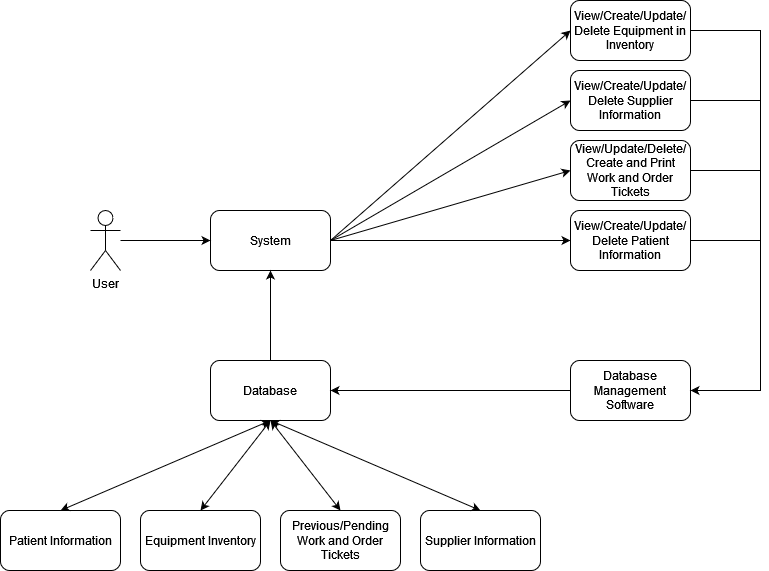
Earlier version of the draw.io export DesignDiagrams/images/DesignD2.png (Shermakc/Senior-Design-Project). Source tidied: cells renumbered, new cells last; positions are measured from the earlier drawing's top-left corner, leaving out a move shared by most shapes.
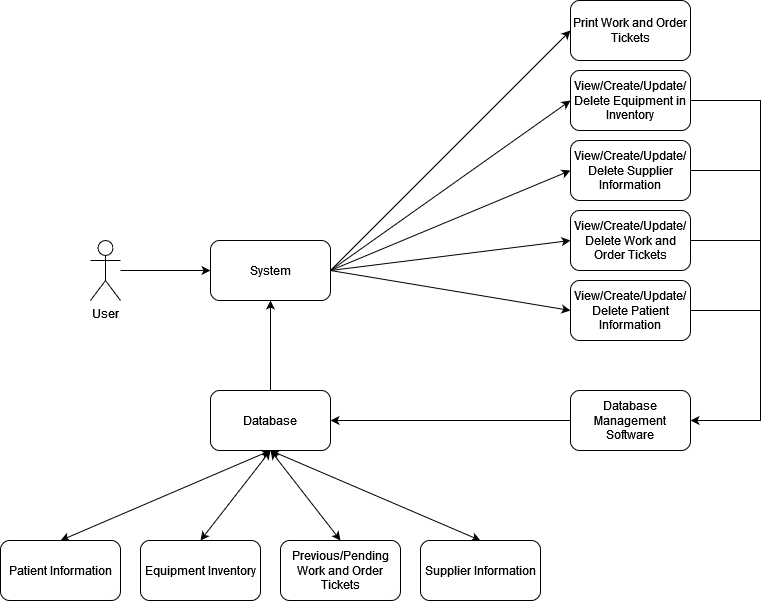
After the change.

Change to the diagram source:
```diff
@@ -1,4 +1,4 @@
-<mxGraphModel>
+<mxGraphModel background="#FFFFFF">
   <root>
     <mxCell id="0" />
     <mxCell id="1" parent="0" />
@@ -6,7 +6,7 @@
       <mxGeometry x="210" y="210" width="120" height="60" as="geometry" />
     </mxCell>
     <mxCell id="3" value="View/Create/Update/Delete Equipment in Inventory" style="rounded=1;whiteSpace=wrap;html=1;" parent="1" vertex="1">
-      <mxGeometry x="570" width="120" height="60" as="geometry" />
+      <mxGeometry x="570" y="40" width="120" height="60" as="geometry" />
     </mxCell>
     <mxCell id="4" style="endArrow=classic;html=1;rounded=0;entryX=0;entryY=0.5;entryDx=0;entryDy=0;" parent="1" edge="1" target="2">
       <mxGeometry relative="1" as="geometry">
@@ -35,10 +35,10 @@
       <mxGeometry y="510" width="120" height="60" as="geometry" />
     </mxCell>
     <mxCell id="12" value="View/Create/Update/Delete Supplier Information" style="rounded=1;whiteSpace=wrap;html=1;" parent="1" vertex="1">
-      <mxGeometry x="570" y="70" width="120" height="60" as="geometry" />
+      <mxGeometry x="570" y="110" width="120" height="60" as="geometry" />
     </mxCell>
-    <mxCell id="13" value="View/Update/Delete/Create and Print Work and Order Tickets" style="rounded=1;whiteSpace=wrap;html=1;" parent="1" vertex="1">
-      <mxGeometry x="570" y="140" width="120" height="60" as="geometry" />
+    <mxCell id="13" value="View/Create/Update/Delete Work and Order Tickets" style="rounded=1;whiteSpace=wrap;html=1;" parent="1" vertex="1">
+      <mxGeometry x="570" y="180" width="120" height="60" as="geometry" />
     </mxCell>
     <mxCell id="14" style="endArrow=classic;html=1;rounded=0;exitX=1;exitY=0.5;exitDx=0;exitDy=0;entryX=0;entryY=0.5;entryDx=0;entryDy=0;" parent="1" edge="1" source="2" target="12">
       <mxGeometry relative="1" as="geometry" />
@@ -50,7 +50,7 @@
       <mxGeometry relative="1" as="geometry" />
     </mxCell>
     <mxCell id="17" value="View/Create/Update/Delete Patient Information" style="rounded=1;whiteSpace=wrap;html=1;" parent="1" vertex="1">
-      <mxGeometry x="570" y="210" width="120" height="60" as="geometry" />
+      <mxGeometry x="570" y="250" width="120" height="60" as="geometry" />
     </mxCell>
     <mxCell id="18" value="Supplier Information" style="rounded=1;whiteSpace=wrap;html=1;" parent="1" vertex="1">
       <mxGeometry x="420" y="510" width="120" height="60" as="geometry" />
@@ -61,24 +61,24 @@
     <mxCell id="20" style="endArrow=classic;html=1;rounded=0;exitX=1;exitY=0.5;exitDx=0;exitDy=0;entryX=1;entryY=0.5;entryDx=0;entryDy=0;" parent="1" edge="1" source="3" target="19">
       <mxGeometry relative="1" as="geometry">
         <Array as="points">
-          <mxPoint x="760" y="30" />
+          <mxPoint x="760" y="70" />
           <mxPoint x="760" y="390" />
         </Array>
       </mxGeometry>
     </mxCell>
     <mxCell id="21" style="endArrow=none;html=1;rounded=0;exitX=1;exitY=0.5;exitDx=0;exitDy=0;" parent="1" edge="1" source="12">
       <mxGeometry relative="1" as="geometry">
-        <mxPoint x="760" y="100" as="targetPoint" />
+        <mxPoint x="760" y="140" as="targetPoint" />
       </mxGeometry>
     </mxCell>
     <mxCell id="22" style="endArrow=none;html=1;rounded=0;exitX=1;exitY=0.5;exitDx=0;exitDy=0;" parent="1" edge="1" source="13">
       <mxGeometry relative="1" as="geometry">
-        <mxPoint x="760" y="170" as="targetPoint" />
+        <mxPoint x="760" y="210" as="targetPoint" />
       </mxGeometry>
     </mxCell>
     <mxCell id="23" style="endArrow=none;html=1;rounded=0;exitX=1;exitY=0.5;exitDx=0;exitDy=0;" parent="1" edge="1" source="17">
       <mxGeometry relative="1" as="geometry">
-        <mxPoint x="760" y="240" as="targetPoint" />
+        <mxPoint x="760" y="280" as="targetPoint" />
       </mxGeometry>
     </mxCell>
     <mxCell id="24" style="endArrow=classic;html=1;rounded=0;exitX=0;exitY=0.5;exitDx=0;exitDy=0;entryX=1;entryY=0.5;entryDx=0;entryDy=0;" parent="1" edge="1" source="19" target="7">
@@ -101,5 +101,11 @@
     <mxCell id="28" style="endArrow=classic;startArrow=classic;html=1;rounded=0;exitX=0.5;exitY=0;exitDx=0;exitDy=0;entryX=0.5;entryY=1;entryDx=0;entryDy=0;" parent="1" edge="1" source="11" target="7">
       <mxGeometry relative="1" as="geometry" />
     </mxCell>
+    <mxCell id="29" value="&lt;div&gt;Print Work and Order Tickets&lt;/div&gt;" style="rounded=1;whiteSpace=wrap;html=1;" parent="1" vertex="1">
+      <mxGeometry x="570" y="-30" width="120" height="60" as="geometry" />
+    </mxCell>
+    <mxCell id="30" style="endArrow=classic;html=1;rounded=0;exitX=1;exitY=0.5;exitDx=0;exitDy=0;entryX=0;entryY=0.5;entryDx=0;entryDy=0;" parent="1" edge="1" source="2" target="29">
+      <mxGeometry relative="1" as="geometry" />
+    </mxCell>
   </root>
 </mxGraphModel>
```
